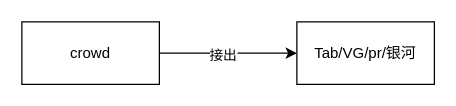
Above: crowd_redis_io.drawio in learn2Pro/draw_io_save (draw.io), before the change. Source tidied: cells renumbered, new cells numbered last; positions are measured from the earlier drawing's top-left corner, leaving out a move shared by most shapes. Both pictures are drawn from the tidied source at 125%, with x=0, y=0 at pixel (21, 21).
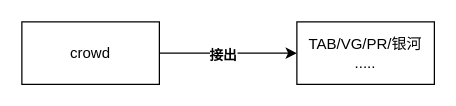
After the change.

Diff of the diagram source:
```diff
@@
 <mxGraphModel>
   <root>
     <mxCell id="0" />
     <mxCell id="1" parent="0" />
     <mxCell id="2" style="edgeStyle=orthogonalEdgeStyle;rounded=0;jettySize=auto;html=1;" parent="1" edge="1" source="4" target="5">
       <mxGeometry relative="1" as="geometry" />
     </mxCell>
-    <mxCell id="3" value="接出" style="edgeLabel;html=1;align=center;verticalAlign=middle;" parent="2" vertex="1">
+    <mxCell id="3" value="&lt;b&gt;接出&lt;/b&gt;" style="edgeLabel;html=1;align=center;verticalAlign=middle;" parent="2" vertex="1">
       <mxGeometry x="-0.1" y="-1" relative="1" as="geometry" />
     </mxCell>
     <mxCell id="4" value="crowd" style="rounded=0;whiteSpace=wrap;html=1;" parent="1" vertex="1">
       <mxGeometry width="110" height="50" as="geometry" />
     </mxCell>
-    <mxCell id="5" value="Tab/VG/pr/银河" style="rounded=0;whiteSpace=wrap;html=1;" parent="1" vertex="1">
+    <mxCell id="5" value="TAB/VG/PR/银河&lt;br&gt;....." style="rounded=0;whiteSpace=wrap;html=1;" parent="1" vertex="1">
       <mxGeometry x="220" width="110" height="50" as="geometry" />
     </mxCell>
   </root>
 </mxGraphModel>
```
